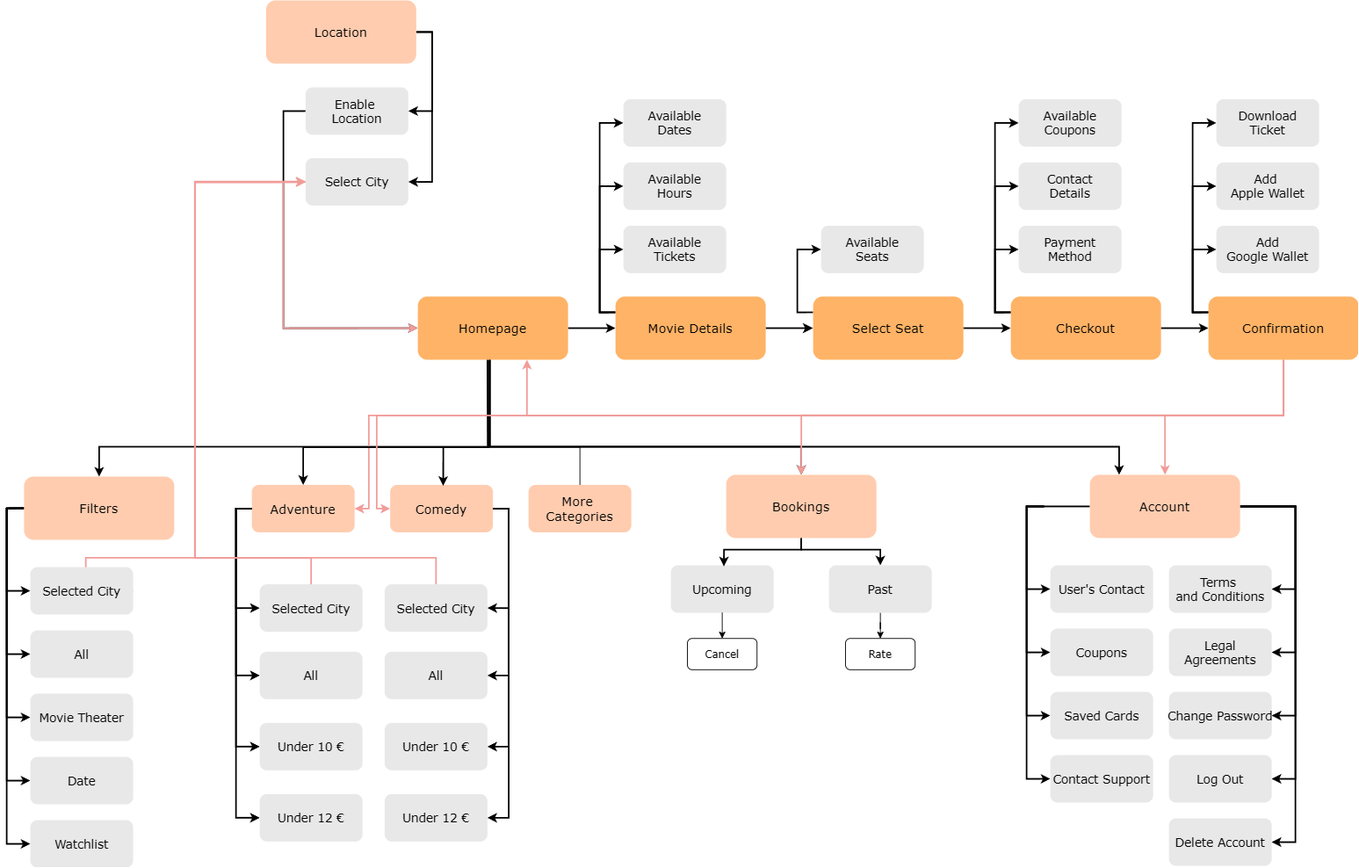
The draw.io diagram 00_assets/projects/cases/evidence/ticwebsite/sitemap.png in EvangeliaAugoust/test2, before a commit. Source tidied: cells renumbered, new cells last; positions are measured from the earlier drawing's top-left corner, leaving out a move shared by most shapes.
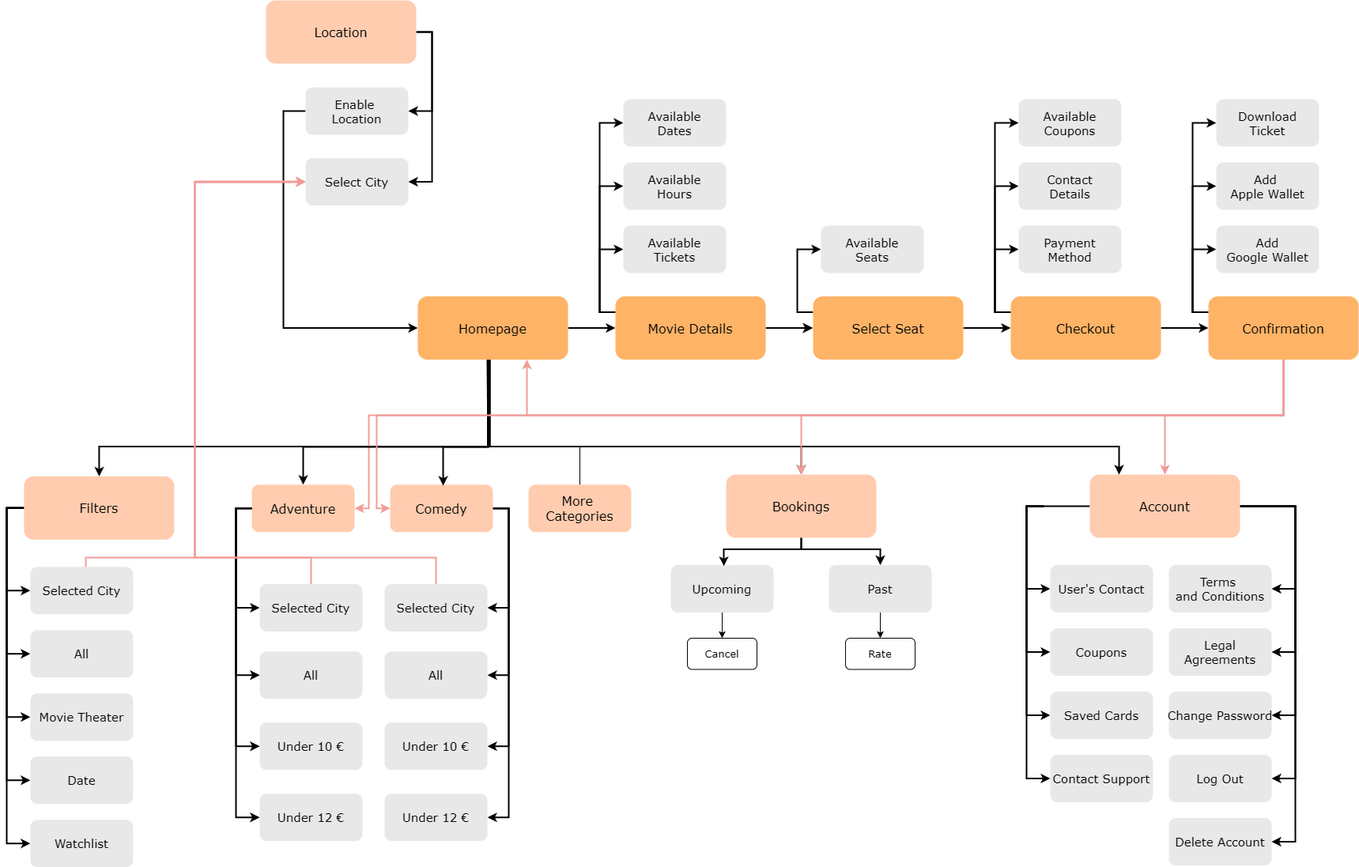
After the change.

What changed in the source:
```diff
@@ -306,17 +306,17 @@
     <mxCell id="60" value="Watchlist" style="rounded=1;fillColor=#E8E8E8;gradientColor=none;strokeColor=none;fontColor=#000000;fontStyle=0;fontFamily=Verdana;fontSize=15;" parent="1" vertex="1">
       <mxGeometry x="29.9" y="1091.8" width="130" height="60" as="geometry" />
     </mxCell>
-    <mxCell id="61" style="edgeStyle=orthogonalEdgeStyle;rounded=0;jettySize=auto;html=1;exitX=0;exitY=0.5;exitDx=0;exitDy=0;entryX=0;entryY=0.5;entryDx=0;entryDy=0;strokeWidth=2;" parent="1" edge="1" target="x">
+    <mxCell id="61" style="edgeStyle=orthogonalEdgeStyle;rounded=0;orthogonalLoop=1;jettySize=auto;html=1;exitX=0;exitY=0.5;exitDx=0;exitDy=0;entryX=0;entryY=0.5;entryDx=0;entryDy=0;strokeWidth=2;" parent="1" edge="1">
       <mxGeometry relative="1" as="geometry">
         <mxPoint x="41.9" as="sourcePoint" />
       </mxGeometry>
     </mxCell>
-    <mxCell id="62" style="edgeStyle=orthogonalEdgeStyle;rounded=0;jettySize=auto;html=1;exitX=0;exitY=0.5;exitDx=0;exitDy=0;entryX=0;entryY=0.5;entryDx=0;entryDy=0;strokeWidth=2;" parent="1" edge="1" target="x">
+    <mxCell id="62" style="edgeStyle=orthogonalEdgeStyle;rounded=0;orthogonalLoop=1;jettySize=auto;html=1;exitX=0;exitY=0.5;exitDx=0;exitDy=0;entryX=0;entryY=0.5;entryDx=0;entryDy=0;strokeWidth=2;" parent="1" edge="1">
       <mxGeometry relative="1" as="geometry">
         <mxPoint x="41.9" as="sourcePoint" />
       </mxGeometry>
     </mxCell>
-    <mxCell id="63" style="edgeStyle=orthogonalEdgeStyle;rounded=0;jettySize=auto;html=1;exitX=0;exitY=0.5;exitDx=0;exitDy=0;entryX=0;entryY=0.5;entryDx=0;entryDy=0;strokeWidth=2;" parent="1" edge="1" target="x">
+    <mxCell id="63" style="edgeStyle=orthogonalEdgeStyle;rounded=0;orthogonalLoop=1;jettySize=auto;html=1;exitX=0;exitY=0.5;exitDx=0;exitDy=0;entryX=0;entryY=0.5;entryDx=0;entryDy=0;strokeWidth=2;" parent="1" edge="1">
       <mxGeometry relative="1" as="geometry">
         <mxPoint x="41.9" as="sourcePoint" />
       </mxGeometry>
@@ -341,14 +341,6 @@
     <mxCell id="68" value="Enable &#10;Location" style="rounded=1;fillColor=#E8E8E8;gradientColor=none;strokeColor=none;fontColor=#000000;fontStyle=0;fontFamily=Verdana;fontSize=15;" parent="1" vertex="1">
       <mxGeometry x="378" y="165" width="130" height="60" as="geometry" />
     </mxCell>
-    <mxCell id="69" style="edgeStyle=orthogonalEdgeStyle;rounded=0;jettySize=auto;html=1;exitX=0;exitY=0.5;exitDx=0;exitDy=0;entryX=0;entryY=0.5;entryDx=0;entryDy=0;strokeWidth=2;strokeColor=#F19C99;" parent="1" edge="1" source="70" target="5">
-      <mxGeometry relative="1" as="geometry">
-        <Array as="points">
-          <mxPoint x="350" y="285" />
-          <mxPoint x="350" y="469" />
-        </Array>
-      </mxGeometry>
-    </mxCell>
     <mxCell id="70" value="Select City" style="rounded=1;fillColor=#E8E8E8;gradientColor=none;strokeColor=none;fontColor=#000000;fontStyle=0;fontFamily=Verdana;fontSize=15;" parent="1" vertex="1">
       <mxGeometry x="378" y="254.5" width="130" height="60" as="geometry" />
     </mxCell>
```
